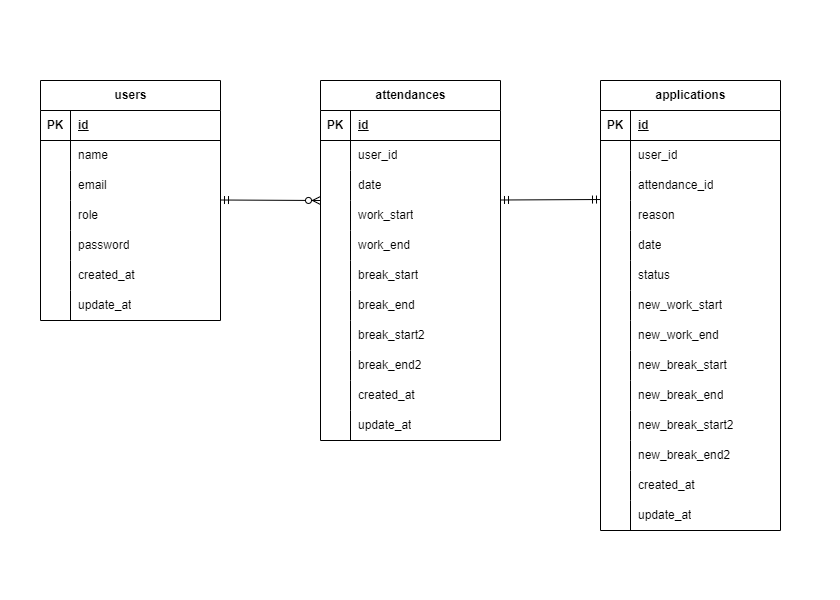
Earlier version of the draw.io export src/.drawio.png (momoca-13/timecard). Source tidied: cells renumbered, new cells last; positions are measured from the earlier drawing's top-left corner, leaving out a move shared by most shapes.
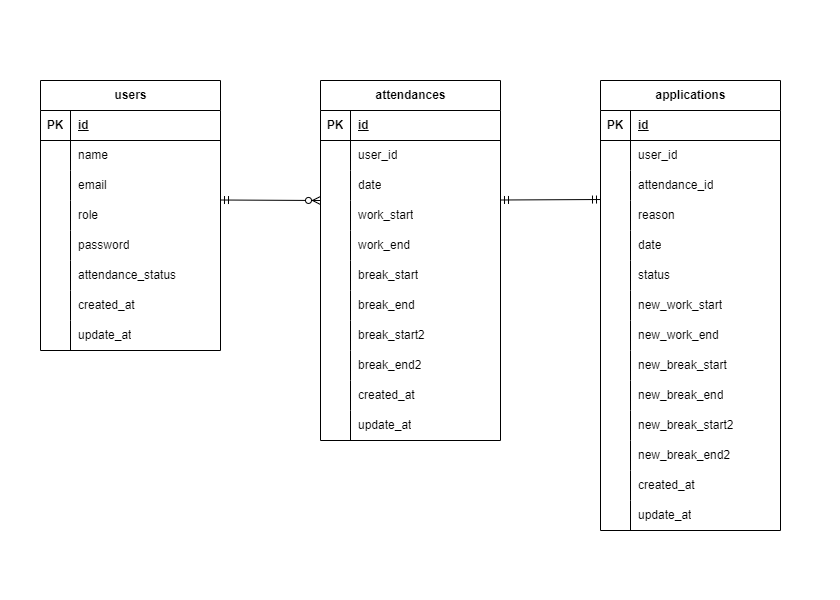
The same diagram one commit later.

Diff of the diagram source:
```diff
@@ -132,7 +132,7 @@
       <mxGeometry x="30" width="150" height="30" as="geometry" />
     </mxCell>
     <mxCell id="45" value="users" style="shape=table;startSize=30;rowLines=0;fontStyle=1;align=center;html=1;" parent="1" vertex="1">
-      <mxGeometry x="40" y="80" width="180" height="240" as="geometry" />
+      <mxGeometry x="40" y="80" width="180" height="270" as="geometry" />
     </mxCell>
     <mxCell id="46" style="shape=tableRow;horizontal=0;startSize=0;swimlaneHead=0;swimlaneBody=0;fillColor=none;top=0;left=0;right=0;bottom=1;" parent="45" vertex="1">
       <mxGeometry y="30" width="180" height="30" as="geometry" />
@@ -185,7 +185,7 @@
     <mxCell id="62" style="shape=partialRectangle;fillColor=none;top=0;left=0;bottom=0;right=0;overflow=hidden;whiteSpace=wrap;html=1;" parent="61" vertex="1">
       <mxGeometry width="30" height="30" as="geometry" />
     </mxCell>
-    <mxCell id="63" value="&lt;span style=&quot;color: rgb(0, 0, 0);&quot;&gt;created_at&lt;/span&gt;" style="shape=partialRectangle;fillColor=none;top=0;left=0;bottom=0;right=0;align=left;spacingLeft=6;overflow=hidden;whiteSpace=wrap;html=1;" parent="61" vertex="1">
+    <mxCell id="63" value="attendance_status" style="shape=partialRectangle;fillColor=none;top=0;left=0;bottom=0;right=0;align=left;spacingLeft=6;overflow=hidden;whiteSpace=wrap;html=1;" parent="61" vertex="1">
       <mxGeometry x="30" width="150" height="30" as="geometry" />
     </mxCell>
     <mxCell id="64" style="shape=tableRow;horizontal=0;startSize=0;swimlaneHead=0;swimlaneBody=0;fillColor=none;top=0;left=0;right=0;bottom=0;" parent="45" vertex="1">
@@ -194,9 +194,18 @@
     <mxCell id="65" style="shape=partialRectangle;fillColor=none;top=0;left=0;bottom=0;right=0;overflow=hidden;whiteSpace=wrap;html=1;" parent="64" vertex="1">
       <mxGeometry width="30" height="30" as="geometry" />
     </mxCell>
-    <mxCell id="66" value="update_at" style="shape=partialRectangle;fillColor=none;top=0;left=0;bottom=0;right=0;align=left;spacingLeft=6;overflow=hidden;whiteSpace=wrap;html=1;" parent="64" vertex="1">
+    <mxCell id="66" value="&lt;span style=&quot;color: rgb(0, 0, 0);&quot;&gt;created_at&lt;/span&gt;" style="shape=partialRectangle;fillColor=none;top=0;left=0;bottom=0;right=0;align=left;spacingLeft=6;overflow=hidden;whiteSpace=wrap;html=1;" parent="64" vertex="1">
       <mxGeometry x="30" width="150" height="30" as="geometry" />
     </mxCell>
+    <mxCell id="107" style="shape=tableRow;horizontal=0;startSize=0;swimlaneHead=0;swimlaneBody=0;fillColor=none;top=0;left=0;right=0;bottom=0;" parent="45" vertex="1">
+      <mxGeometry y="240" width="180" height="30" as="geometry" />
+    </mxCell>
+    <mxCell id="108" style="shape=partialRectangle;fillColor=none;top=0;left=0;bottom=0;right=0;overflow=hidden;whiteSpace=wrap;html=1;" parent="107" vertex="1">
+      <mxGeometry width="30" height="30" as="geometry" />
+    </mxCell>
+    <mxCell id="109" value="update_at" style="shape=partialRectangle;fillColor=none;top=0;left=0;bottom=0;right=0;align=left;spacingLeft=6;overflow=hidden;whiteSpace=wrap;html=1;" parent="107" vertex="1">
+      <mxGeometry x="30" width="150" height="30" as="geometry" />
+    </mxCell>
     <mxCell id="67" value="attendances" style="shape=table;startSize=30;rowLines=0;fontStyle=1;align=center;html=1;" parent="1" vertex="1">
       <mxGeometry x="320" y="80" width="180" height="360" as="geometry" />
     </mxCell>
```
